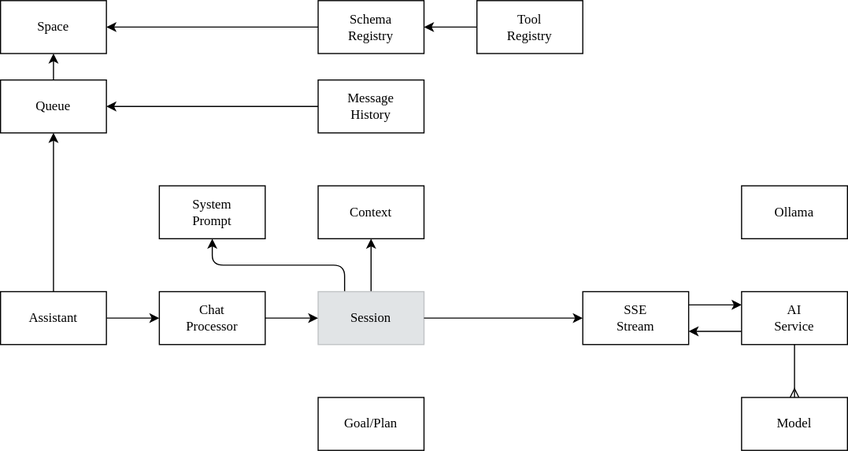
Before: packages/core/assistant/docs/assistant.drawio.svg, a diagram exported from draw.io (dxos/dxos). Source tidied: cells renumbered, new cells last; positions are measured from the earlier drawing's top-left corner, leaving out a move shared by most shapes.
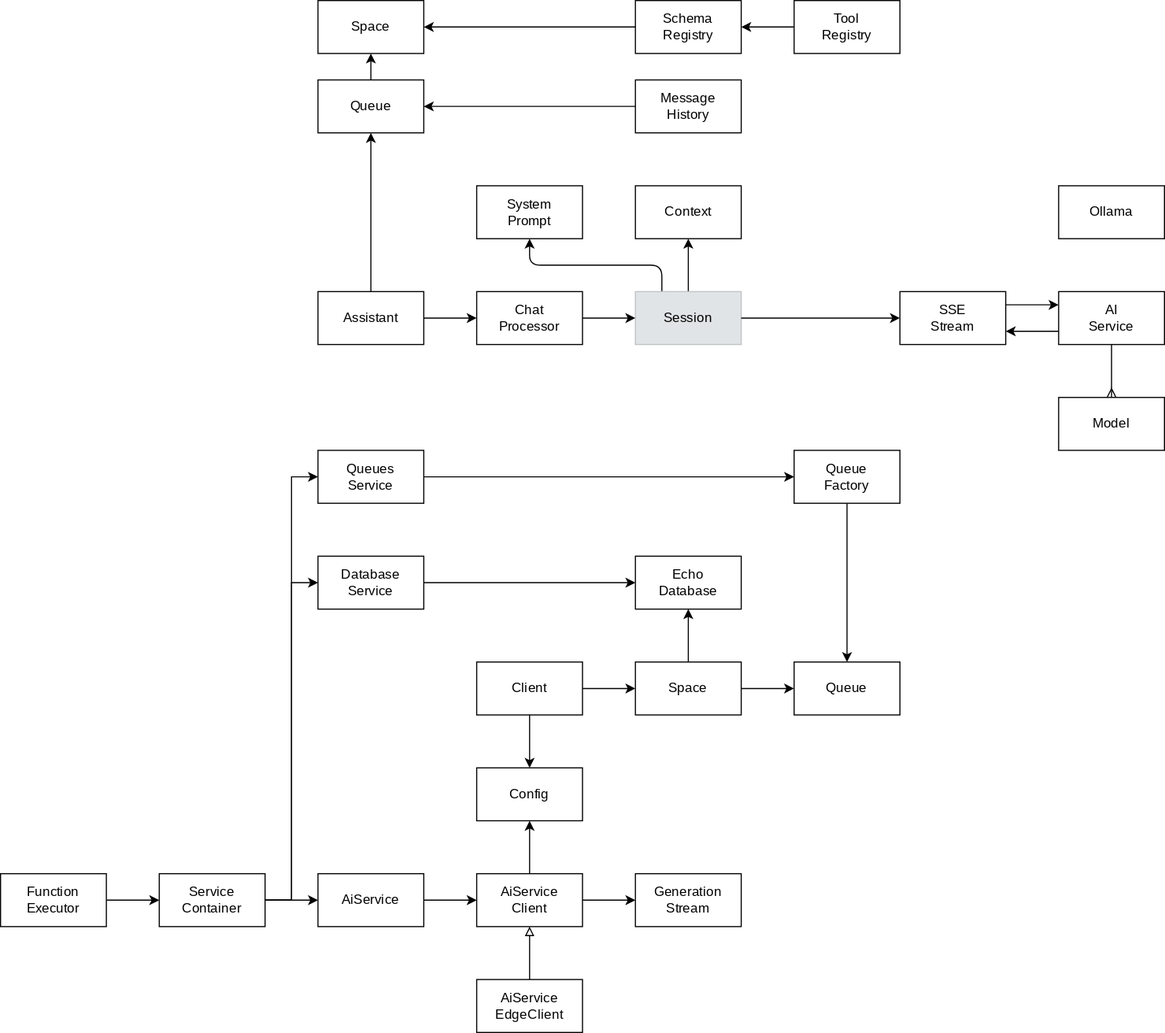
The same file after the commit.

What changed in the source:
```diff
@@ -2,19 +2,19 @@
   <root>
     <mxCell id="0" />
     <mxCell id="1" parent="0" />
-    <mxCell id="2" style="edgeStyle=none;html=1;exitX=1;exitY=0.5;exitDx=0;exitDy=0;" parent="1" edge="1" source="4" target="20">
+    <mxCell id="2" style="edgeStyle=none;html=1;exitX=1;exitY=0.5;exitDx=0;exitDy=0;fontFamily=Space Grotesk;fontSource=https%3A%2F%2Ffonts.googleapis.com%2Fcss%3Ffamily%3DSpace%2BGrotesk;" parent="1" edge="1" source="4" target="20">
       <mxGeometry relative="1" as="geometry" />
     </mxCell>
-    <mxCell id="3" style="edgeStyle=none;html=1;" parent="1" edge="1" source="4" target="12">
+    <mxCell id="3" style="edgeStyle=none;html=1;fontFamily=Space Grotesk;fontSource=https%3A%2F%2Ffonts.googleapis.com%2Fcss%3Ffamily%3DSpace%2BGrotesk;" parent="1" edge="1" source="4" target="12">
       <mxGeometry relative="1" as="geometry" />
     </mxCell>
-    <mxCell id="4" value="Assistant" style="rounded=0;whiteSpace=wrap;html=1;fontFamily=raleway;fontSource=https%3A%2F%2Ffonts.googleapis.com%2Fcss%3Ffamily%3Draleway;" parent="1" vertex="1">
+    <mxCell id="4" value="Assistant" style="rounded=0;whiteSpace=wrap;html=1;fontFamily=Space Grotesk;fontSource=https%3A%2F%2Ffonts.googleapis.com%2Fcss%3Ffamily%3DSpace%2BGrotesk;" parent="1" vertex="1">
       <mxGeometry y="264" width="96" height="48" as="geometry" />
     </mxCell>
-    <mxCell id="5" style="edgeStyle=none;html=1;exitX=0.5;exitY=0;exitDx=0;exitDy=0;" parent="1" edge="1" source="7" target="23">
+    <mxCell id="5" style="edgeStyle=none;html=1;exitX=0.5;exitY=0;exitDx=0;exitDy=0;fontFamily=Space Grotesk;fontSource=https%3A%2F%2Ffonts.googleapis.com%2Fcss%3Ffamily%3DSpace%2BGrotesk;" parent="1" edge="1" source="7" target="23">
       <mxGeometry relative="1" as="geometry" />
     </mxCell>
-    <mxCell id="6" style="edgeStyle=none;html=1;exitX=0.25;exitY=0;exitDx=0;exitDy=0;" parent="1" edge="1" source="7" target="10">
+    <mxCell id="6" style="edgeStyle=none;html=1;exitX=0.25;exitY=0;exitDx=0;exitDy=0;fontFamily=Space Grotesk;fontSource=https%3A%2F%2Ffonts.googleapis.com%2Fcss%3Ffamily%3DSpace%2BGrotesk;" parent="1" edge="1" source="7" target="10">
       <mxGeometry relative="1" as="geometry">
         <Array as="points">
           <mxPoint x="312" y="240" />
@@ -22,74 +22,169 @@
         </Array>
       </mxGeometry>
     </mxCell>
-    <mxCell id="7" value="Session" style="rounded=0;whiteSpace=wrap;html=1;fontFamily=raleway;fontSource=https%3A%2F%2Ffonts.googleapis.com%2Fcss%3Ffamily%3Draleway;fillColor=#E1E4E6;strokeColor=#C0C3C5;fontColor=#000000;" parent="1" vertex="1">
+    <mxCell id="7" value="Session" style="rounded=0;whiteSpace=wrap;html=1;fontFamily=Space Grotesk;fontSource=https%3A%2F%2Ffonts.googleapis.com%2Fcss%3Ffamily%3DSpace%2BGrotesk;fillColor=#E1E4E6;strokeColor=#C0C3C5;fontColor=#000000;" parent="1" vertex="1">
       <mxGeometry x="288" y="264" width="96" height="48" as="geometry" />
     </mxCell>
-    <mxCell id="8" style="edgeStyle=none;html=1;exitX=0;exitY=0.5;exitDx=0;exitDy=0;" parent="1" edge="1" source="9" target="14">
+    <mxCell id="8" style="edgeStyle=none;html=1;exitX=0;exitY=0.5;exitDx=0;exitDy=0;fontFamily=Space Grotesk;fontSource=https%3A%2F%2Ffonts.googleapis.com%2Fcss%3Ffamily%3DSpace%2BGrotesk;" parent="1" edge="1" source="9" target="14">
       <mxGeometry relative="1" as="geometry" />
     </mxCell>
-    <mxCell id="9" value="Tool&lt;br&gt;Registry" style="rounded=0;whiteSpace=wrap;html=1;fontFamily=raleway;fontSource=https%3A%2F%2Ffonts.googleapis.com%2Fcss%3Ffamily%3Draleway;" parent="1" vertex="1">
+    <mxCell id="9" value="Tool&lt;br&gt;Registry" style="rounded=0;whiteSpace=wrap;html=1;fontFamily=Space Grotesk;fontSource=https%3A%2F%2Ffonts.googleapis.com%2Fcss%3Ffamily%3DSpace%2BGrotesk;" parent="1" vertex="1">
       <mxGeometry x="432" width="96" height="48" as="geometry" />
     </mxCell>
-    <mxCell id="10" value="System&lt;div&gt;Prompt&lt;/div&gt;" style="rounded=0;whiteSpace=wrap;html=1;fontFamily=raleway;fontSource=https%3A%2F%2Ffonts.googleapis.com%2Fcss%3Ffamily%3Draleway;" parent="1" vertex="1">
+    <mxCell id="10" value="System&lt;div&gt;Prompt&lt;/div&gt;" style="rounded=0;whiteSpace=wrap;html=1;fontFamily=Space Grotesk;fontSource=https%3A%2F%2Ffonts.googleapis.com%2Fcss%3Ffamily%3DSpace%2BGrotesk;" parent="1" vertex="1">
       <mxGeometry x="144" y="168" width="96" height="48" as="geometry" />
     </mxCell>
-    <mxCell id="11" style="edgeStyle=none;html=1;exitX=0.5;exitY=0;exitDx=0;exitDy=0;" parent="1" edge="1" source="12" target="27">
+    <mxCell id="11" style="edgeStyle=none;html=1;exitX=0.5;exitY=0;exitDx=0;exitDy=0;fontFamily=Space Grotesk;fontSource=https%3A%2F%2Ffonts.googleapis.com%2Fcss%3Ffamily%3DSpace%2BGrotesk;" parent="1" edge="1" source="12" target="27">
       <mxGeometry relative="1" as="geometry" />
     </mxCell>
-    <mxCell id="12" value="Queue" style="rounded=0;whiteSpace=wrap;html=1;fontFamily=raleway;fontSource=https%3A%2F%2Ffonts.googleapis.com%2Fcss%3Ffamily%3Draleway;" parent="1" vertex="1">
+    <mxCell id="12" value="Queue" style="rounded=0;whiteSpace=wrap;html=1;fontFamily=Space Grotesk;fontSource=https%3A%2F%2Ffonts.googleapis.com%2Fcss%3Ffamily%3DSpace%2BGrotesk;" parent="1" vertex="1">
       <mxGeometry y="72" width="96" height="48" as="geometry" />
     </mxCell>
-    <mxCell id="13" style="edgeStyle=none;html=1;exitX=0;exitY=0.5;exitDx=0;exitDy=0;" parent="1" edge="1" source="14" target="27">
+    <mxCell id="13" style="edgeStyle=none;html=1;exitX=0;exitY=0.5;exitDx=0;exitDy=0;fontFamily=Space Grotesk;fontSource=https%3A%2F%2Ffonts.googleapis.com%2Fcss%3Ffamily%3DSpace%2BGrotesk;" parent="1" edge="1" source="14" target="27">
       <mxGeometry relative="1" as="geometry" />
     </mxCell>
-    <mxCell id="14" value="Schema&lt;br&gt;Registry" style="rounded=0;whiteSpace=wrap;html=1;fontFamily=raleway;fontSource=https%3A%2F%2Ffonts.googleapis.com%2Fcss%3Ffamily%3Draleway;" parent="1" vertex="1">
+    <mxCell id="14" value="Schema&lt;br&gt;Registry" style="rounded=0;whiteSpace=wrap;html=1;fontFamily=Space Grotesk;fontSource=https%3A%2F%2Ffonts.googleapis.com%2Fcss%3Ffamily%3DSpace%2BGrotesk;" parent="1" vertex="1">
       <mxGeometry x="288" width="96" height="48" as="geometry" />
     </mxCell>
-    <mxCell id="15" style="edgeStyle=none;html=1;exitX=0;exitY=0.75;exitDx=0;exitDy=0;entryX=1;entryY=0.75;entryDx=0;entryDy=0;" parent="1" edge="1" source="17" target="22">
+    <mxCell id="15" style="edgeStyle=none;html=1;exitX=0;exitY=0.75;exitDx=0;exitDy=0;entryX=1;entryY=0.75;entryDx=0;entryDy=0;fontFamily=Space Grotesk;fontSource=https%3A%2F%2Ffonts.googleapis.com%2Fcss%3Ffamily%3DSpace%2BGrotesk;" parent="1" edge="1" source="17" target="22">
       <mxGeometry relative="1" as="geometry" />
     </mxCell>
-    <mxCell id="16" style="edgeStyle=none;html=1;exitX=0.5;exitY=1;exitDx=0;exitDy=0;endArrow=ERmany;endFill=0;" parent="1" edge="1" source="17" target="28">
+    <mxCell id="16" style="edgeStyle=none;html=1;exitX=0.5;exitY=1;exitDx=0;exitDy=0;endArrow=ERmany;endFill=0;fontFamily=Space Grotesk;fontSource=https%3A%2F%2Ffonts.googleapis.com%2Fcss%3Ffamily%3DSpace%2BGrotesk;" parent="1" edge="1" source="17" target="28">
       <mxGeometry relative="1" as="geometry" />
     </mxCell>
-    <mxCell id="17" value="AI&lt;br&gt;Service" style="rounded=0;whiteSpace=wrap;html=1;fontFamily=raleway;fontSource=https%3A%2F%2Ffonts.googleapis.com%2Fcss%3Ffamily%3Draleway;" parent="1" vertex="1">
+    <mxCell id="17" value="AI&lt;br&gt;Service" style="rounded=0;whiteSpace=wrap;html=1;fontFamily=Space Grotesk;fontSource=https%3A%2F%2Ffonts.googleapis.com%2Fcss%3Ffamily%3DSpace%2BGrotesk;" parent="1" vertex="1">
       <mxGeometry x="672" y="264" width="96" height="48" as="geometry" />
     </mxCell>
-    <mxCell id="18" style="edgeStyle=none;html=1;" parent="1" edge="1" source="7" target="22">
+    <mxCell id="18" style="edgeStyle=none;html=1;fontFamily=Space Grotesk;fontSource=https%3A%2F%2Ffonts.googleapis.com%2Fcss%3Ffamily%3DSpace%2BGrotesk;" parent="1" edge="1" source="7" target="22">
       <mxGeometry relative="1" as="geometry" />
     </mxCell>
-    <mxCell id="19" style="edgeStyle=none;html=1;" parent="1" edge="1" source="20" target="7">
+    <mxCell id="19" style="edgeStyle=none;html=1;fontFamily=Space Grotesk;fontSource=https%3A%2F%2Ffonts.googleapis.com%2Fcss%3Ffamily%3DSpace%2BGrotesk;" parent="1" edge="1" source="20" target="7">
       <mxGeometry relative="1" as="geometry" />
     </mxCell>
-    <mxCell id="20" value="Chat&lt;br&gt;Processor" style="rounded=0;whiteSpace=wrap;html=1;fontFamily=raleway;fontSource=https%3A%2F%2Ffonts.googleapis.com%2Fcss%3Ffamily%3Draleway;" parent="1" vertex="1">
+    <mxCell id="20" value="Chat&lt;br&gt;Processor" style="rounded=0;whiteSpace=wrap;html=1;fontFamily=Space Grotesk;fontSource=https%3A%2F%2Ffonts.googleapis.com%2Fcss%3Ffamily%3DSpace%2BGrotesk;" parent="1" vertex="1">
       <mxGeometry x="144" y="264" width="96" height="48" as="geometry" />
     </mxCell>
-    <mxCell id="21" style="edgeStyle=none;html=1;exitX=1;exitY=0.25;exitDx=0;exitDy=0;entryX=0;entryY=0.25;entryDx=0;entryDy=0;" parent="1" edge="1" source="22" target="17">
+    <mxCell id="21" style="edgeStyle=none;html=1;exitX=1;exitY=0.25;exitDx=0;exitDy=0;entryX=0;entryY=0.25;entryDx=0;entryDy=0;fontFamily=Space Grotesk;fontSource=https%3A%2F%2Ffonts.googleapis.com%2Fcss%3Ffamily%3DSpace%2BGrotesk;" parent="1" edge="1" source="22" target="17">
       <mxGeometry relative="1" as="geometry" />
     </mxCell>
-    <mxCell id="22" value="SSE&lt;br&gt;Stream" style="rounded=0;whiteSpace=wrap;html=1;fontFamily=raleway;fontSource=https%3A%2F%2Ffonts.googleapis.com%2Fcss%3Ffamily%3Draleway;" parent="1" vertex="1">
+    <mxCell id="22" value="SSE&lt;br&gt;Stream" style="rounded=0;whiteSpace=wrap;html=1;fontFamily=Space Grotesk;fontSource=https%3A%2F%2Ffonts.googleapis.com%2Fcss%3Ffamily%3DSpace%2BGrotesk;" parent="1" vertex="1">
       <mxGeometry x="528" y="264" width="96" height="48" as="geometry" />
     </mxCell>
-    <mxCell id="23" value="Context" style="rounded=0;whiteSpace=wrap;html=1;fontFamily=raleway;fontSource=https%3A%2F%2Ffonts.googleapis.com%2Fcss%3Ffamily%3Draleway;" parent="1" vertex="1">
+    <mxCell id="23" value="Context" style="rounded=0;whiteSpace=wrap;html=1;fontFamily=Space Grotesk;fontSource=https%3A%2F%2Ffonts.googleapis.com%2Fcss%3Ffamily%3DSpace%2BGrotesk;" parent="1" vertex="1">
       <mxGeometry x="288" y="168" width="96" height="48" as="geometry" />
     </mxCell>
-    <mxCell id="24" value="Goal/Plan" style="rounded=0;whiteSpace=wrap;html=1;fontFamily=raleway;fontSource=https%3A%2F%2Ffonts.googleapis.com%2Fcss%3Ffamily%3Draleway;" parent="1" vertex="1">
-      <mxGeometry x="288" y="360" width="96" height="48" as="geometry" />
-    </mxCell>
-    <mxCell id="25" style="edgeStyle=none;html=1;exitX=0;exitY=0.5;exitDx=0;exitDy=0;" parent="1" edge="1" source="26" target="12">
+    <mxCell id="25" style="edgeStyle=none;html=1;exitX=0;exitY=0.5;exitDx=0;exitDy=0;fontFamily=Space Grotesk;fontSource=https%3A%2F%2Ffonts.googleapis.com%2Fcss%3Ffamily%3DSpace%2BGrotesk;" parent="1" edge="1" source="26" target="12">
       <mxGeometry relative="1" as="geometry" />
     </mxCell>
-    <mxCell id="26" value="Message&lt;br&gt;History" style="rounded=0;whiteSpace=wrap;html=1;fontFamily=raleway;fontSource=https%3A%2F%2Ffonts.googleapis.com%2Fcss%3Ffamily%3Draleway;" parent="1" vertex="1">
+    <mxCell id="26" value="Message&lt;br&gt;History" style="rounded=0;whiteSpace=wrap;html=1;fontFamily=Space Grotesk;fontSource=https%3A%2F%2Ffonts.googleapis.com%2Fcss%3Ffamily%3DSpace%2BGrotesk;" parent="1" vertex="1">
       <mxGeometry x="288" y="72" width="96" height="48" as="geometry" />
     </mxCell>
-    <mxCell id="27" value="Space" style="rounded=0;whiteSpace=wrap;html=1;fontFamily=raleway;fontSource=https%3A%2F%2Ffonts.googleapis.com%2Fcss%3Ffamily%3Draleway;" parent="1" vertex="1">
+    <mxCell id="27" value="Space" style="rounded=0;whiteSpace=wrap;html=1;fontFamily=Space Grotesk;fontSource=https%3A%2F%2Ffonts.googleapis.com%2Fcss%3Ffamily%3DSpace%2BGrotesk;" parent="1" vertex="1">
       <mxGeometry width="96" height="48" as="geometry" />
     </mxCell>
-    <mxCell id="28" value="Model" style="rounded=0;whiteSpace=wrap;html=1;fontFamily=raleway;fontSource=https%3A%2F%2Ffonts.googleapis.com%2Fcss%3Ffamily%3Draleway;" parent="1" vertex="1">
+    <mxCell id="28" value="Model" style="rounded=0;whiteSpace=wrap;html=1;fontFamily=Space Grotesk;fontSource=https%3A%2F%2Ffonts.googleapis.com%2Fcss%3Ffamily%3DSpace%2BGrotesk;" parent="1" vertex="1">
       <mxGeometry x="672" y="360" width="96" height="48" as="geometry" />
     </mxCell>
-    <mxCell id="29" value="Ollama" style="rounded=0;whiteSpace=wrap;html=1;fontFamily=raleway;fontSource=https%3A%2F%2Ffonts.googleapis.com%2Fcss%3Ffamily%3Draleway;" parent="1" vertex="1">
+    <mxCell id="29" value="Ollama" style="rounded=0;whiteSpace=wrap;html=1;fontFamily=Space Grotesk;fontSource=https%3A%2F%2Ffonts.googleapis.com%2Fcss%3Ffamily%3DSpace%2BGrotesk;" parent="1" vertex="1">
       <mxGeometry x="672" y="168" width="96" height="48" as="geometry" />
     </mxCell>
+    <mxCell id="30" style="edgeStyle=none;html=1;exitX=1;exitY=0.5;exitDx=0;exitDy=0;" parent="1" edge="1" source="32" target="35">
+      <mxGeometry relative="1" as="geometry" />
+    </mxCell>
+    <mxCell id="31" style="edgeStyle=none;html=1;exitX=0.5;exitY=1;exitDx=0;exitDy=0;" parent="1" edge="1" source="32" target="38">
+      <mxGeometry relative="1" as="geometry" />
+    </mxCell>
+    <mxCell id="32" value="Client" style="rounded=0;whiteSpace=wrap;html=1;fontFamily=Space Grotesk;fontSource=https%3A%2F%2Ffonts.googleapis.com%2Fcss%3Ffamily%3DSpace%2BGrotesk;" parent="1" vertex="1">
+      <mxGeometry x="144" y="600" width="96" height="48" as="geometry" />
+    </mxCell>
+    <mxCell id="33" style="edgeStyle=none;html=1;exitX=1;exitY=0.5;exitDx=0;exitDy=0;" parent="1" edge="1" source="35" target="36">
+      <mxGeometry relative="1" as="geometry" />
+    </mxCell>
+    <mxCell id="34" style="edgeStyle=none;html=1;exitX=0.5;exitY=0;exitDx=0;exitDy=0;" parent="1" edge="1" source="35" target="52">
+      <mxGeometry relative="1" as="geometry" />
+    </mxCell>
+    <mxCell id="35" value="Space" style="rounded=0;whiteSpace=wrap;html=1;fontFamily=Space Grotesk;fontSource=https%3A%2F%2Ffonts.googleapis.com%2Fcss%3Ffamily%3DSpace%2BGrotesk;" parent="1" vertex="1">
+      <mxGeometry x="288" y="600" width="96" height="48" as="geometry" />
+    </mxCell>
+    <mxCell id="36" value="Queue" style="rounded=0;whiteSpace=wrap;html=1;fontFamily=Space Grotesk;fontSource=https%3A%2F%2Ffonts.googleapis.com%2Fcss%3Ffamily%3DSpace%2BGrotesk;" parent="1" vertex="1">
+      <mxGeometry x="432" y="600" width="96" height="48" as="geometry" />
+    </mxCell>
+    <mxCell id="37" style="edgeStyle=none;html=1;" parent="1" edge="1" source="40" target="38">
+      <mxGeometry relative="1" as="geometry" />
+    </mxCell>
+    <mxCell id="38" value="Config" style="rounded=0;whiteSpace=wrap;html=1;fontFamily=Space Grotesk;fontSource=https%3A%2F%2Ffonts.googleapis.com%2Fcss%3Ffamily%3DSpace%2BGrotesk;" parent="1" vertex="1">
+      <mxGeometry x="144" y="696" width="96" height="48" as="geometry" />
+    </mxCell>
+    <mxCell id="39" style="edgeStyle=none;html=1;exitX=1;exitY=0.5;exitDx=0;exitDy=0;" parent="1" edge="1" source="40" target="41">
+      <mxGeometry relative="1" as="geometry" />
+    </mxCell>
+    <mxCell id="40" value="AiService&lt;br&gt;Client" style="rounded=0;whiteSpace=wrap;html=1;fontFamily=Space Grotesk;fontSource=https%3A%2F%2Ffonts.googleapis.com%2Fcss%3Ffamily%3DSpace%2BGrotesk;" parent="1" vertex="1">
+      <mxGeometry x="144" y="792" width="96" height="48" as="geometry" />
+    </mxCell>
+    <mxCell id="41" value="Generation&lt;br&gt;Stream" style="rounded=0;whiteSpace=wrap;html=1;fontFamily=Space Grotesk;fontSource=https%3A%2F%2Ffonts.googleapis.com%2Fcss%3Ffamily%3DSpace%2BGrotesk;" parent="1" vertex="1">
+      <mxGeometry x="288" y="792" width="96" height="48" as="geometry" />
+    </mxCell>
+    <mxCell id="42" style="edgeStyle=none;html=1;exitX=0.5;exitY=0;exitDx=0;exitDy=0;endArrow=block;endFill=0;" parent="1" edge="1" source="43" target="40">
+      <mxGeometry relative="1" as="geometry" />
+    </mxCell>
+    <mxCell id="43" value="AiService&lt;br&gt;EdgeClient" style="rounded=0;whiteSpace=wrap;html=1;fontFamily=Space Grotesk;fontSource=https%3A%2F%2Ffonts.googleapis.com%2Fcss%3Ffamily%3DSpace%2BGrotesk;" parent="1" vertex="1">
+      <mxGeometry x="144" y="888" width="96" height="48" as="geometry" />
+    </mxCell>
+    <mxCell id="44" style="edgeStyle=none;html=1;exitX=1;exitY=0.5;exitDx=0;exitDy=0;" parent="1" edge="1" source="45" target="47">
+      <mxGeometry relative="1" as="geometry" />
+    </mxCell>
+    <mxCell id="45" value="Function&lt;div&gt;Executor&lt;/div&gt;" style="rounded=0;whiteSpace=wrap;html=1;fontFamily=Space Grotesk;fontSource=https%3A%2F%2Ffonts.googleapis.com%2Fcss%3Ffamily%3DSpace%2BGrotesk;" parent="1" vertex="1">
+      <mxGeometry x="-288" y="792" width="96" height="48" as="geometry" />
+    </mxCell>
+    <mxCell id="46" style="edgeStyle=none;html=1;exitX=1;exitY=0.5;exitDx=0;exitDy=0;" parent="1" edge="1" source="47" target="49">
+      <mxGeometry relative="1" as="geometry" />
+    </mxCell>
+    <mxCell id="47" value="Service&lt;div&gt;Container&lt;/div&gt;" style="rounded=0;whiteSpace=wrap;html=1;fontFamily=Space Grotesk;fontSource=https%3A%2F%2Ffonts.googleapis.com%2Fcss%3Ffamily%3DSpace%2BGrotesk;" parent="1" vertex="1">
+      <mxGeometry x="-144" y="792" width="96" height="48" as="geometry" />
+    </mxCell>
+    <mxCell id="48" style="edgeStyle=none;html=1;exitX=1;exitY=0.5;exitDx=0;exitDy=0;" parent="1" edge="1" source="49" target="40">
+      <mxGeometry relative="1" as="geometry" />
+    </mxCell>
+    <mxCell id="49" value="AiService" style="rounded=0;whiteSpace=wrap;html=1;fontFamily=Space Grotesk;fontSource=https%3A%2F%2Ffonts.googleapis.com%2Fcss%3Ffamily%3DSpace%2BGrotesk;" parent="1" vertex="1">
+      <mxGeometry y="792" width="96" height="48" as="geometry" />
+    </mxCell>
+    <mxCell id="50" style="edgeStyle=none;html=1;exitX=1;exitY=0.5;exitDx=0;exitDy=0;" parent="1" edge="1" source="51" target="52">
+      <mxGeometry relative="1" as="geometry" />
+    </mxCell>
+    <mxCell id="51" value="Database&lt;br&gt;Service" style="rounded=0;whiteSpace=wrap;html=1;fontFamily=Space Grotesk;fontSource=https%3A%2F%2Ffonts.googleapis.com%2Fcss%3Ffamily%3DSpace%2BGrotesk;" parent="1" vertex="1">
+      <mxGeometry y="504" width="96" height="48" as="geometry" />
+    </mxCell>
+    <mxCell id="52" value="Echo&lt;div&gt;Database&lt;/div&gt;" style="rounded=0;whiteSpace=wrap;html=1;fontFamily=Space Grotesk;fontSource=https%3A%2F%2Ffonts.googleapis.com%2Fcss%3Ffamily%3DSpace%2BGrotesk;" parent="1" vertex="1">
+      <mxGeometry x="288" y="504" width="96" height="48" as="geometry" />
+    </mxCell>
+    <mxCell id="53" style="edgeStyle=none;html=1;entryX=0;entryY=0.5;entryDx=0;entryDy=0;exitX=1;exitY=0.5;exitDx=0;exitDy=0;rounded=0;curved=0;" parent="1" edge="1" source="47" target="51">
+      <mxGeometry relative="1" as="geometry">
+        <Array as="points">
+          <mxPoint x="-24" y="816" />
+          <mxPoint x="-24" y="528" />
+        </Array>
+      </mxGeometry>
+    </mxCell>
+    <mxCell id="54" style="edgeStyle=none;html=1;exitX=1;exitY=0.5;exitDx=0;exitDy=0;" parent="1" edge="1" source="55" target="58">
+      <mxGeometry relative="1" as="geometry" />
+    </mxCell>
+    <mxCell id="55" value="Queues&lt;br&gt;Service" style="rounded=0;whiteSpace=wrap;html=1;fontFamily=Space Grotesk;fontSource=https%3A%2F%2Ffonts.googleapis.com%2Fcss%3Ffamily%3DSpace%2BGrotesk;" parent="1" vertex="1">
+      <mxGeometry y="408" width="96" height="48" as="geometry" />
+    </mxCell>
+    <mxCell id="56" style="edgeStyle=none;html=1;entryX=0;entryY=0.5;entryDx=0;entryDy=0;exitX=1;exitY=0.5;exitDx=0;exitDy=0;rounded=0;curved=0;" parent="1" edge="1" target="55">
+      <mxGeometry relative="1" as="geometry">
+        <mxPoint x="-48" y="816" as="sourcePoint" />
+        <Array as="points">
+          <mxPoint x="-24" y="816" />
+          <mxPoint x="-24" y="432" />
+        </Array>
+      </mxGeometry>
+    </mxCell>
+    <mxCell id="57" style="edgeStyle=none;html=1;exitX=0.5;exitY=1;exitDx=0;exitDy=0;" parent="1" edge="1" source="58" target="36">
+      <mxGeometry relative="1" as="geometry" />
+    </mxCell>
+    <mxCell id="58" value="Queue&lt;div&gt;Factory&lt;/div&gt;" style="rounded=0;whiteSpace=wrap;html=1;fontFamily=Space Grotesk;fontSource=https%3A%2F%2Ffonts.googleapis.com%2Fcss%3Ffamily%3DSpace%2BGrotesk;" parent="1" vertex="1">
+      <mxGeometry x="432" y="408" width="96" height="48" as="geometry" />
+    </mxCell>
   </root>
 </mxGraphModel>
```
